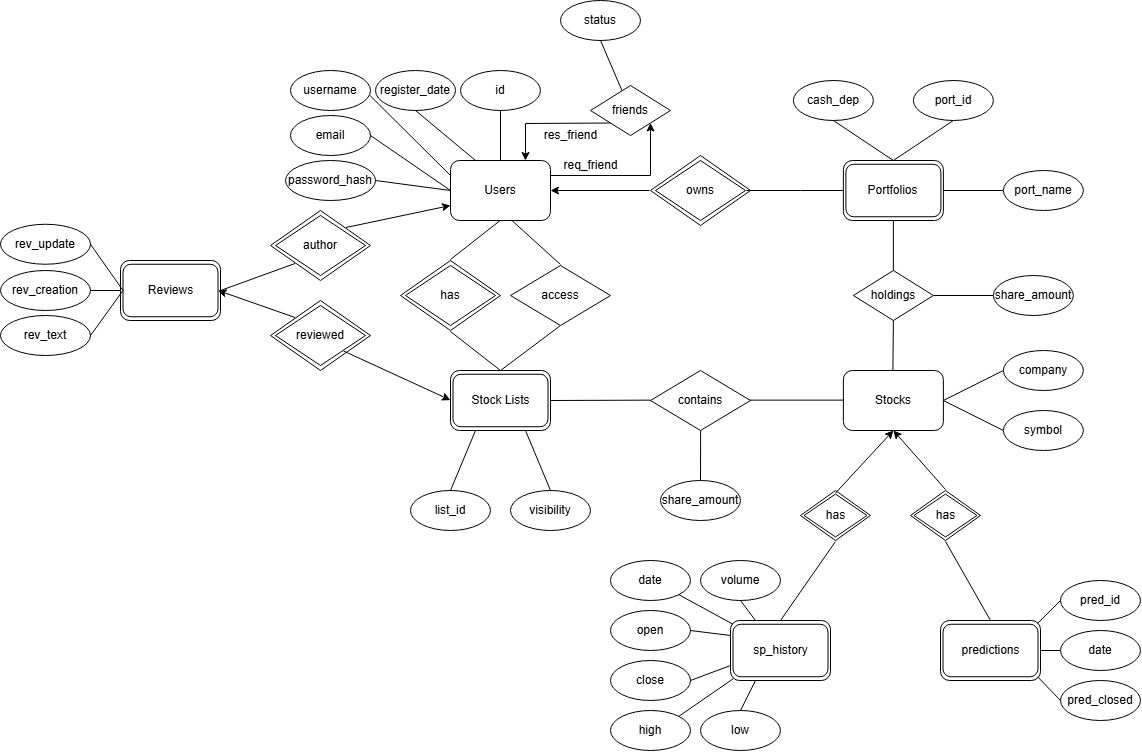
The draw.io diagram documentation/ER Diagram.png in LeoLiao031/CSCC43-FinalProject, before a commit. Source tidied: cells renumbered, new cells last; positions are measured from the earlier drawing's top-left corner, leaving out a move shared by most shapes.
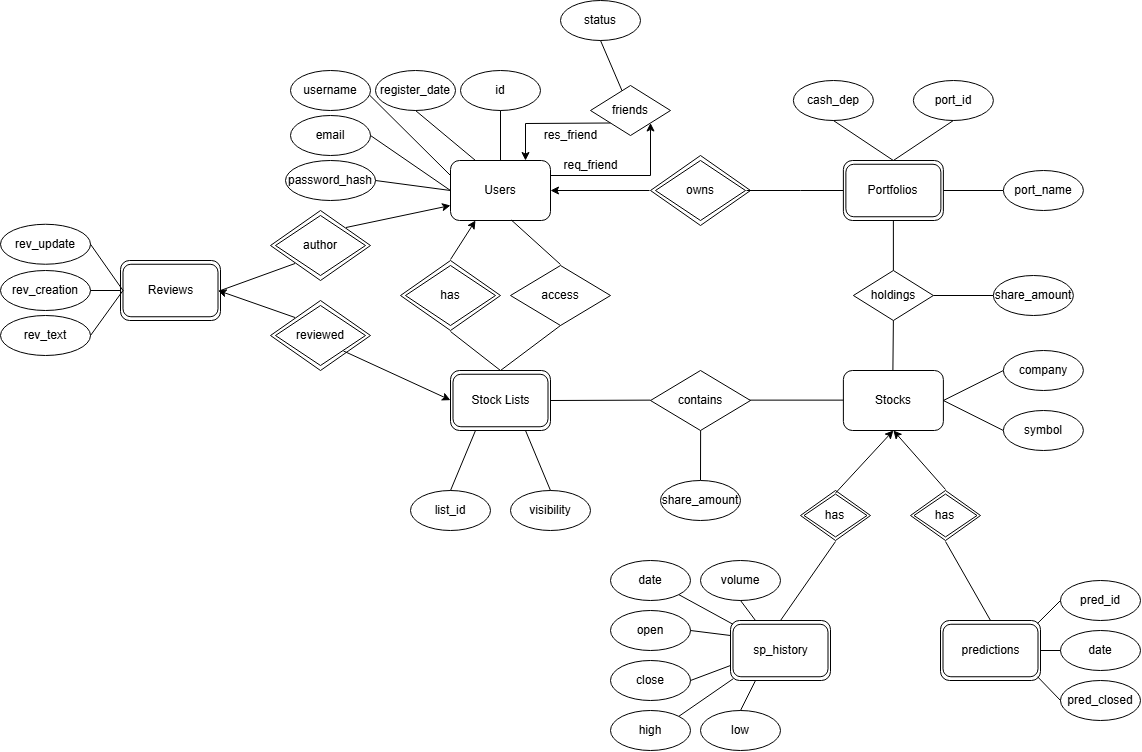
After the commit.

Commit message:
fixed many-one issue

Change to the diagram source:
```diff
@@ -186,11 +186,6 @@
     <mxCell id="54" value="has" style="rhombus;whiteSpace=wrap;html=1;strokeWidth=1;perimeterSpacing=1;" parent="52" vertex="1">
       <mxGeometry x="5" y="5" width="90" height="60" as="geometry" />
     </mxCell>
-    <mxCell id="55" style="endArrow=none;html=1;rounded=0;entryX=0.5;entryY=1;entryDx=0;entryDy=0;exitX=0.5;exitY=0;exitDx=0;exitDy=0;" parent="1" edge="1" source="53">
-      <mxGeometry relative="1" as="geometry">
-        <mxPoint x="499.6" y="220" as="targetPoint" />
-      </mxGeometry>
-    </mxCell>
     <mxCell id="56" style="endArrow=none;html=1;rounded=0;entryX=0.5;entryY=1;entryDx=0;entryDy=0;" parent="1" edge="1" target="53">
       <mxGeometry relative="1" as="geometry">
         <mxPoint x="500" y="370" as="sourcePoint" />
@@ -388,5 +383,8 @@
     <mxCell id="116" style="endArrow=none;html=1;rounded=0;exitX=0.971;exitY=0.938;exitDx=0;exitDy=0;exitPerimeter=0;entryX=0;entryY=0.5;entryDx=0;entryDy=0;" parent="1" edge="1" source="95" target="113">
       <mxGeometry relative="1" as="geometry" />
     </mxCell>
+    <mxCell id="117" style="endArrow=classic;html=1;rounded=0;exitX=0.5;exitY=0;exitDx=0;exitDy=0;entryX=0.25;entryY=1;entryDx=0;entryDy=0;" parent="1" edge="1" source="53" target="2">
+      <mxGeometry relative="1" as="geometry" />
+    </mxCell>
   </root>
 </mxGraphModel>
```
